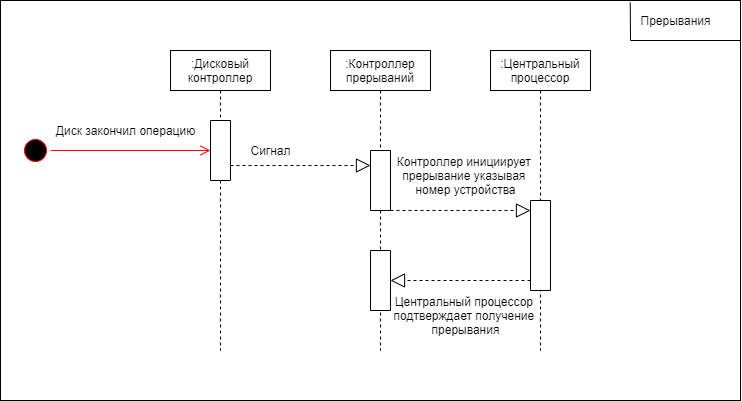
Above: UML diagrams Research-Methodology/диаграмма последовательности.drawio.png in TKarina/UML (draw.io), before the change. Source tidied: cells renumbered, new cells last; positions are measured from the earlier drawing's top-left corner, leaving out a move shared by most shapes. Source of this version:
```xml
<mxGraphModel>
  <root>
    <mxCell id="0" />
    <mxCell id="1" parent="0" />
    <mxCell id="2" style="rounded=0;whiteSpace=wrap;html=1;fontColor=default;strokeColor=default;fillColor=default;" parent="1" vertex="1">
      <mxGeometry width="740" height="400" as="geometry" />
    </mxCell>
    <mxCell id="3" value=":Дисковый контроллер" style="shape=umlLifeline;perimeter=lifelinePerimeter;whiteSpace=wrap;html=1;fontColor=default;strokeColor=default;fillColor=default;" parent="1" vertex="1">
      <mxGeometry x="170" y="50" width="100" height="300" as="geometry" />
    </mxCell>
    <mxCell id="4" style="rounded=0;whiteSpace=wrap;html=1;fontColor=default;strokeColor=default;fillColor=default;direction=south;" parent="3" vertex="1">
      <mxGeometry x="40" y="70" width="20" height="60" as="geometry" />
    </mxCell>
    <mxCell id="5" value=":Контроллер прерываний" style="shape=umlLifeline;perimeter=lifelinePerimeter;whiteSpace=wrap;html=1;fontColor=default;strokeColor=default;fillColor=default;" parent="1" vertex="1">
      <mxGeometry x="330" y="50" width="100" height="300" as="geometry" />
    </mxCell>
    <mxCell id="6" style="rounded=0;whiteSpace=wrap;html=1;fontColor=default;strokeColor=default;fillColor=default;direction=south;" parent="5" vertex="1">
      <mxGeometry x="40" y="100" width="20" height="60" as="geometry" />
    </mxCell>
    <mxCell id="7" style="rounded=0;whiteSpace=wrap;html=1;fontColor=default;strokeColor=default;fillColor=default;direction=south;" parent="5" vertex="1">
      <mxGeometry x="40" y="200" width="20" height="60" as="geometry" />
    </mxCell>
    <mxCell id="8" value=":Центральный процессор" style="shape=umlLifeline;perimeter=lifelinePerimeter;whiteSpace=wrap;html=1;fontColor=default;strokeColor=default;fillColor=default;" parent="1" vertex="1">
      <mxGeometry x="490" y="50" width="100" height="300" as="geometry" />
    </mxCell>
    <mxCell id="9" style="rounded=0;whiteSpace=wrap;html=1;fontColor=default;strokeColor=default;fillColor=default;direction=south;" parent="8" vertex="1">
      <mxGeometry x="40" y="150" width="20" height="90" as="geometry" />
    </mxCell>
    <mxCell id="10" value="Диск закончил операцию" style="text;html=1;align=center;verticalAlign=middle;strokeColor=none;fillColor=none;fontColor=default;" parent="1" vertex="1">
      <mxGeometry x="50" y="120" width="150" height="20" as="geometry" />
    </mxCell>
    <mxCell id="11" style="ellipse;html=1;shape=startState;fillColor=#000000;strokeColor=#ff0000;fontColor=default;direction=south;" parent="1" vertex="1">
      <mxGeometry x="20" y="135" width="30" height="30" as="geometry" />
    </mxCell>
    <mxCell id="12" style="edgeStyle=orthogonalEdgeStyle;html=1;verticalAlign=bottom;endArrow=open;endSize=8;strokeColor=#ff0000;rounded=0;labelBackgroundColor=default;fontColor=default;fillColor=default;exitX=0.5;exitY=0;exitDx=0;exitDy=0;entryX=0.5;entryY=1;entryDx=0;entryDy=0;" parent="1" edge="1" source="11" target="4">
      <mxGeometry relative="1" as="geometry" />
    </mxCell>
    <mxCell id="13" style="endArrow=block;dashed=1;endFill=0;endSize=12;html=1;rounded=0;labelBackgroundColor=default;fontColor=default;strokeColor=default;fillColor=default;exitX=0.75;exitY=0;exitDx=0;exitDy=0;" parent="1" edge="1" source="4">
      <mxGeometry relative="1" as="geometry">
        <mxPoint x="370" y="165" as="targetPoint" />
      </mxGeometry>
    </mxCell>
    <mxCell id="14" style="endArrow=block;dashed=1;endFill=0;endSize=12;html=1;rounded=0;labelBackgroundColor=default;fontColor=default;strokeColor=default;fillColor=default;" parent="1" edge="1">
      <mxGeometry relative="1" as="geometry">
        <mxPoint x="390" y="210" as="sourcePoint" />
        <mxPoint x="530" y="210" as="targetPoint" />
      </mxGeometry>
    </mxCell>
    <mxCell id="15" style="endArrow=block;dashed=1;endFill=0;endSize=12;html=1;rounded=0;labelBackgroundColor=default;fontColor=default;strokeColor=default;fillColor=default;" parent="1" edge="1" target="7">
      <mxGeometry relative="1" as="geometry">
        <mxPoint x="530" y="280" as="sourcePoint" />
      </mxGeometry>
    </mxCell>
    <mxCell id="16" value="Сигнал" style="text;html=1;align=center;verticalAlign=middle;strokeColor=none;fillColor=none;fontColor=default;" parent="1" vertex="1">
      <mxGeometry x="240" y="140" width="60" height="20" as="geometry" />
    </mxCell>
    <mxCell id="17" value="Контроллер инициирует &lt;br&gt;прерывание указывая &lt;br&gt;номер устройства" style="text;html=1;align=center;verticalAlign=middle;strokeColor=none;fillColor=none;fontColor=default;" parent="1" vertex="1">
      <mxGeometry x="390" y="150" width="150" height="50" as="geometry" />
    </mxCell>
    <mxCell id="18" value="Центральный процессор &lt;br&gt;подтверждает получение &lt;br&gt;прерывания" style="text;html=1;align=center;verticalAlign=middle;strokeColor=none;fillColor=none;fontColor=default;" parent="1" vertex="1">
      <mxGeometry x="385" y="290" width="160" height="50" as="geometry" />
    </mxCell>
    <mxCell id="19" value="Прерывания" style="text;html=1;align=center;verticalAlign=middle;strokeColor=none;fillColor=none;fontColor=default;" parent="1" vertex="1">
      <mxGeometry x="630" y="10" width="90" height="20" as="geometry" />
    </mxCell>
    <mxCell id="20" style="endArrow=none;html=1;rounded=0;labelBackgroundColor=default;fontColor=default;strokeColor=default;fillColor=default;entryX=0.851;entryY=0.005;entryDx=0;entryDy=0;entryPerimeter=0;" parent="1" edge="1" target="2">
      <mxGeometry relative="1" as="geometry">
        <mxPoint x="740" y="40" as="sourcePoint" />
        <Array as="points">
          <mxPoint x="630" y="40" />
        </Array>
      </mxGeometry>
    </mxCell>
  </root>
</mxGraphModel>
```
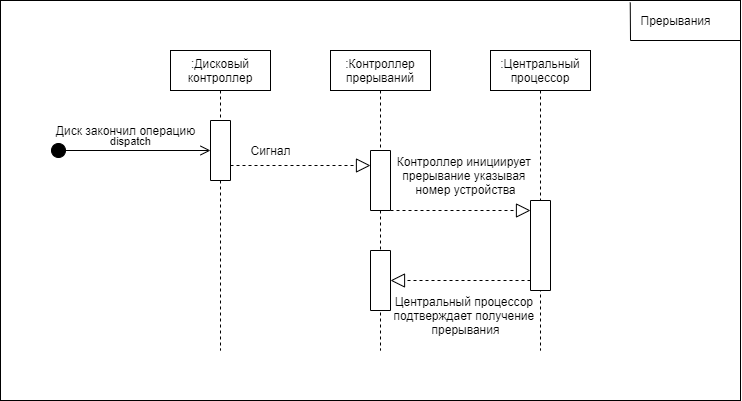
The same file after the commit.

What changed in the source:
```diff
@@ -29,12 +29,6 @@
     <mxCell id="10" value="Диск закончил операцию" style="text;html=1;align=center;verticalAlign=middle;strokeColor=none;fillColor=none;fontColor=default;" parent="1" vertex="1">
       <mxGeometry x="50" y="120" width="150" height="20" as="geometry" />
     </mxCell>
-    <mxCell id="11" style="ellipse;html=1;shape=startState;fillColor=#000000;strokeColor=#ff0000;fontColor=default;direction=south;" parent="1" vertex="1">
-      <mxGeometry x="20" y="135" width="30" height="30" as="geometry" />
-    </mxCell>
-    <mxCell id="12" style="edgeStyle=orthogonalEdgeStyle;html=1;verticalAlign=bottom;endArrow=open;endSize=8;strokeColor=#ff0000;rounded=0;labelBackgroundColor=default;fontColor=default;fillColor=default;exitX=0.5;exitY=0;exitDx=0;exitDy=0;entryX=0.5;entryY=1;entryDx=0;entryDy=0;" parent="1" edge="1" source="11" target="4">
-      <mxGeometry relative="1" as="geometry" />
-    </mxCell>
     <mxCell id="13" style="endArrow=block;dashed=1;endFill=0;endSize=12;html=1;rounded=0;labelBackgroundColor=default;fontColor=default;strokeColor=default;fillColor=default;exitX=0.75;exitY=0;exitDx=0;exitDy=0;" parent="1" edge="1" source="4">
       <mxGeometry relative="1" as="geometry">
         <mxPoint x="370" y="165" as="targetPoint" />
@@ -71,5 +65,10 @@
         </Array>
       </mxGeometry>
     </mxCell>
+    <mxCell id="21" value="dispatch" style="html=1;verticalAlign=bottom;startArrow=circle;startFill=1;endArrow=open;startSize=6;endSize=8;rounded=0;entryX=0.5;entryY=1;entryDx=0;entryDy=0;" parent="1" edge="1" target="4">
+      <mxGeometry relative="1" as="geometry">
+        <mxPoint x="50" y="150" as="sourcePoint" />
+      </mxGeometry>
+    </mxCell>
   </root>
 </mxGraphModel>
```
